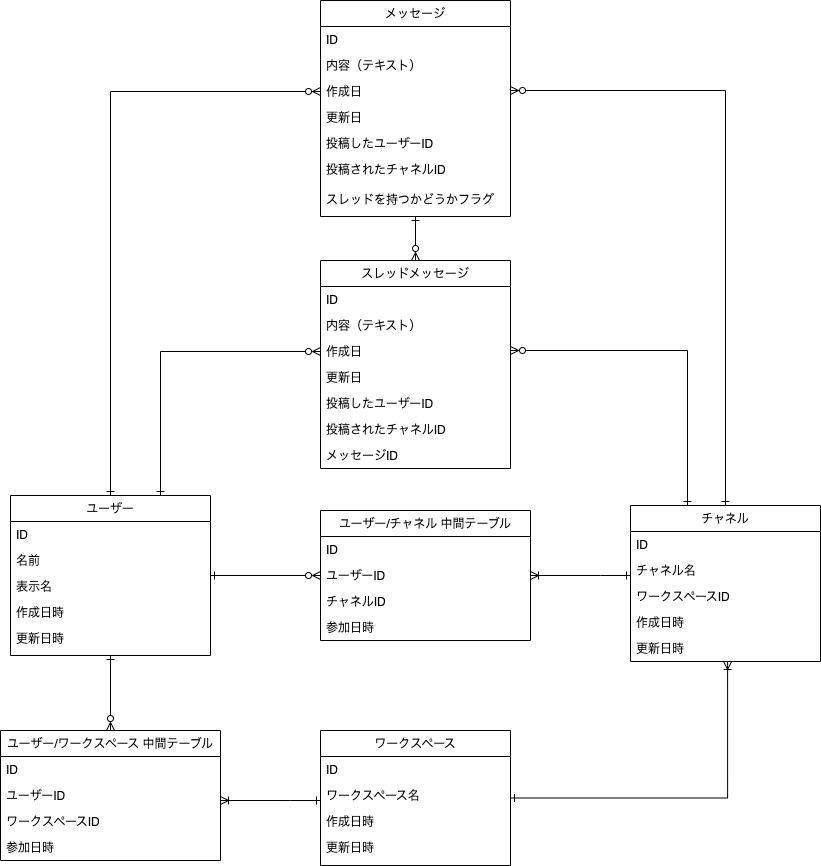
Before: db/db-modeling-2/DB2 Diagram.drawio.png, a diagram exported from draw.io (yuikoito/PrAhaChallenge). Source tidied: cells renumbered, new cells last; positions are measured from the earlier drawing's top-left corner, leaving out a move shared by most shapes.
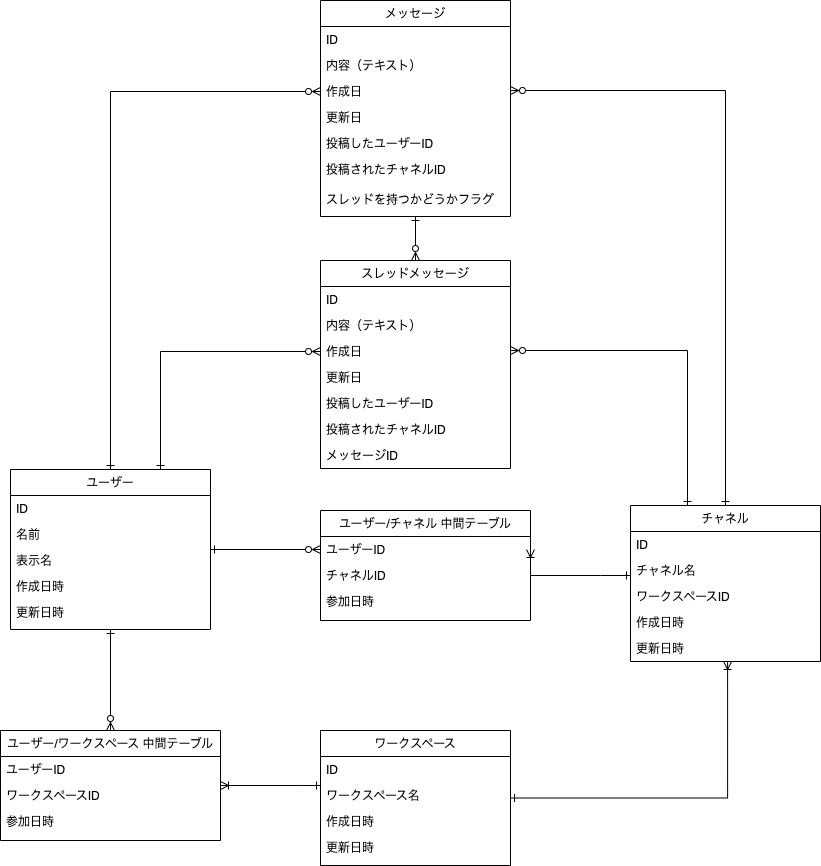
Above is the later version.

Change to the diagram source:
```diff
@@ -15,7 +15,7 @@
       <mxGeometry relative="1" as="geometry" />
     </mxCell>
     <mxCell id="6" value="ユーザー" style="swimlane;fontStyle=0;align=center;verticalAlign=top;horizontal=1;startSize=26;rounded=0;shadow=0;strokeWidth=1;" parent="1" vertex="1">
-      <mxGeometry x="10" y="495" width="200" height="160" as="geometry" />
+      <mxGeometry x="10" y="469" width="200" height="160" as="geometry" />
     </mxCell>
     <mxCell id="7" value="ID" style="text;align=left;verticalAlign=top;spacingLeft=4;spacingRight=4;overflow=hidden;" parent="6" vertex="1">
       <mxGeometry y="26" width="200" height="26" as="geometry" />
@@ -124,28 +124,17 @@
       <mxGeometry y="130" width="190" height="26" as="geometry" />
     </mxCell>
     <mxCell id="38" value="ユーザー/チャネル 中間テーブル" style="swimlane;fontStyle=0;align=center;verticalAlign=top;horizontal=1;startSize=26;rounded=0;shadow=0;strokeWidth=1;" parent="1" vertex="1">
-      <mxGeometry x="320" y="510" width="210" height="130" as="geometry" />
+      <mxGeometry x="320" y="510" width="210" height="110" as="geometry" />
     </mxCell>
-    <mxCell id="39" value="ID" style="text;align=left;verticalAlign=top;spacingLeft=4;spacingRight=4;overflow=hidden;" parent="38" vertex="1">
-      <mxGeometry y="26" width="210" height="26" as="geometry" />
-    </mxCell>
     <mxCell id="40" value="ユーザーID" style="text;align=left;verticalAlign=top;spacingLeft=4;spacingRight=4;overflow=hidden;points=[[0,0.5],[1,0.5]];portConstraint=eastwest;rounded=0;shadow=0;html=0;" parent="38" vertex="1">
-      <mxGeometry y="52" width="210" height="26" as="geometry" />
+      <mxGeometry y="26" width="210" height="26" as="geometry" />
     </mxCell>
     <mxCell id="41" value="チャネルID" style="text;align=left;verticalAlign=top;spacingLeft=4;spacingRight=4;overflow=hidden;rounded=0;shadow=0;html=0;" parent="38" vertex="1">
-      <mxGeometry y="78" width="210" height="26" as="geometry" />
+      <mxGeometry y="52" width="210" height="26" as="geometry" />
     </mxCell>
     <mxCell id="42" value="参加日時" style="text;align=left;verticalAlign=top;spacingLeft=4;spacingRight=4;overflow=hidden;" parent="38" vertex="1">
-      <mxGeometry y="104" width="210" height="26" as="geometry" />
+      <mxGeometry y="78" width="210" height="26" as="geometry" />
     </mxCell>
-    <mxCell id="43" style="edgeStyle=orthogonalEdgeStyle;rounded=0;jettySize=auto;html=1;entryX=1;entryY=-0.308;entryDx=0;entryDy=0;entryPerimeter=0;startArrow=ERone;startFill=0;endArrow=ERoneToMany;endFill=0;" parent="1" edge="1" source="45" target="53">
-      <mxGeometry relative="1" as="geometry">
-        <Array as="points">
-          <mxPoint x="290" y="800" />
-          <mxPoint x="290" y="800" />
-        </Array>
-      </mxGeometry>
-    </mxCell>
     <mxCell id="44" style="edgeStyle=orthogonalEdgeStyle;rounded=0;jettySize=auto;html=1;entryX=0.511;entryY=1;entryDx=0;entryDy=0;entryPerimeter=0;startArrow=ERone;startFill=0;endArrow=ERoneToMany;endFill=0;" parent="1" edge="1" source="45" target="37">
       <mxGeometry relative="1" as="geometry">
         <Array as="points">
@@ -153,6 +142,14 @@
         </Array>
       </mxGeometry>
     </mxCell>
+    <mxCell id="55" style="edgeStyle=orthogonalEdgeStyle;rounded=0;jettySize=auto;html=1;endArrow=ERoneToMany;endFill=0;startArrow=ERone;startFill=0;" parent="1" edge="1" source="45" target="50">
+      <mxGeometry relative="1" as="geometry">
+        <Array as="points">
+          <mxPoint x="300" y="785" />
+          <mxPoint x="300" y="785" />
+        </Array>
+      </mxGeometry>
+    </mxCell>
     <mxCell id="45" value="ワークスペース" style="swimlane;fontStyle=0;align=center;verticalAlign=top;horizontal=1;startSize=26;rounded=0;shadow=0;strokeWidth=1;" parent="1" vertex="1">
       <mxGeometry x="320" y="730" width="190" height="135" as="geometry" />
     </mxCell>
@@ -169,19 +166,16 @@
       <mxGeometry y="104" width="190" height="26" as="geometry" />
     </mxCell>
     <mxCell id="50" value="ユーザー/ワークスペース 中間テーブル" style="swimlane;fontStyle=0;align=center;verticalAlign=top;horizontal=1;startSize=26;rounded=0;shadow=0;strokeWidth=1;" parent="1" vertex="1">
-      <mxGeometry y="730" width="220" height="130" as="geometry" />
+      <mxGeometry y="730" width="220" height="110" as="geometry" />
     </mxCell>
-    <mxCell id="51" value="ID" style="text;align=left;verticalAlign=top;spacingLeft=4;spacingRight=4;overflow=hidden;" parent="50" vertex="1">
-      <mxGeometry y="26" width="220" height="26" as="geometry" />
-    </mxCell>
     <mxCell id="52" value="ユーザーID" style="text;align=left;verticalAlign=top;spacingLeft=4;spacingRight=4;overflow=hidden;rounded=0;shadow=0;html=0;" parent="50" vertex="1">
-      <mxGeometry y="52" width="220" height="26" as="geometry" />
+      <mxGeometry y="26" width="220" height="26" as="geometry" />
     </mxCell>
     <mxCell id="53" value="ワークスペースID" style="text;align=left;verticalAlign=top;spacingLeft=4;spacingRight=4;overflow=hidden;points=[[0,0.5],[1,0.5]];portConstraint=eastwest;rounded=0;shadow=0;html=0;" parent="50" vertex="1">
-      <mxGeometry y="78" width="220" height="26" as="geometry" />
+      <mxGeometry y="52" width="220" height="26" as="geometry" />
     </mxCell>
     <mxCell id="54" value="参加日時" style="text;align=left;verticalAlign=top;spacingLeft=4;spacingRight=4;overflow=hidden;" parent="50" vertex="1">
-      <mxGeometry y="104" width="220" height="26" as="geometry" />
+      <mxGeometry y="78" width="220" height="26" as="geometry" />
     </mxCell>
   </root>
 </mxGraphModel>
```
